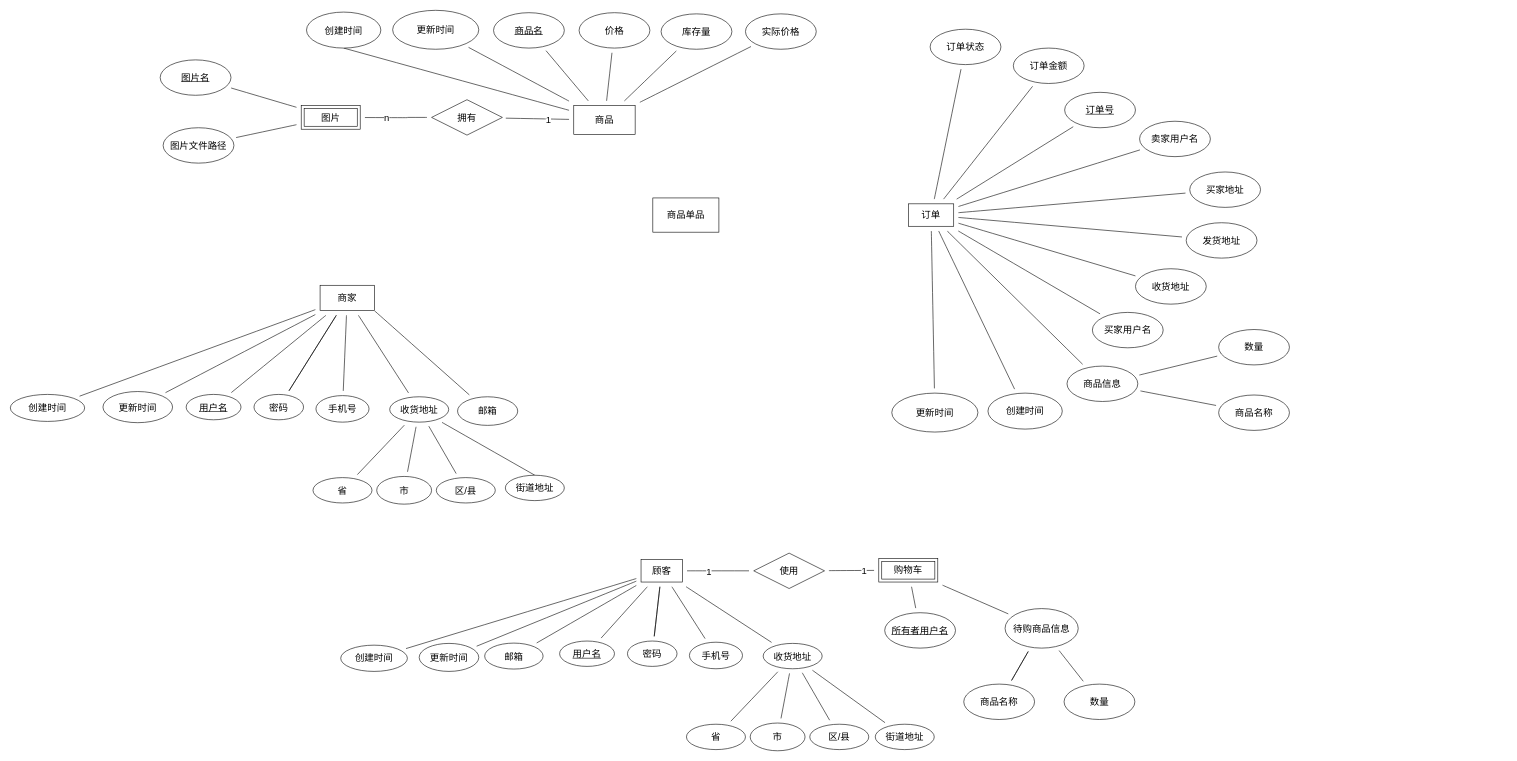
The draw.io diagram database-ER.drawio in guokaichina/database-ER, before the edit. Source tidied: cells renumbered, new cells numbered last; positions are measured from the earlier drawing's top-left corner, leaving out a move shared by most shapes. Both pictures are drawn from the tidied source at 59%, with x=0, y=0 at pixel (10, 10).
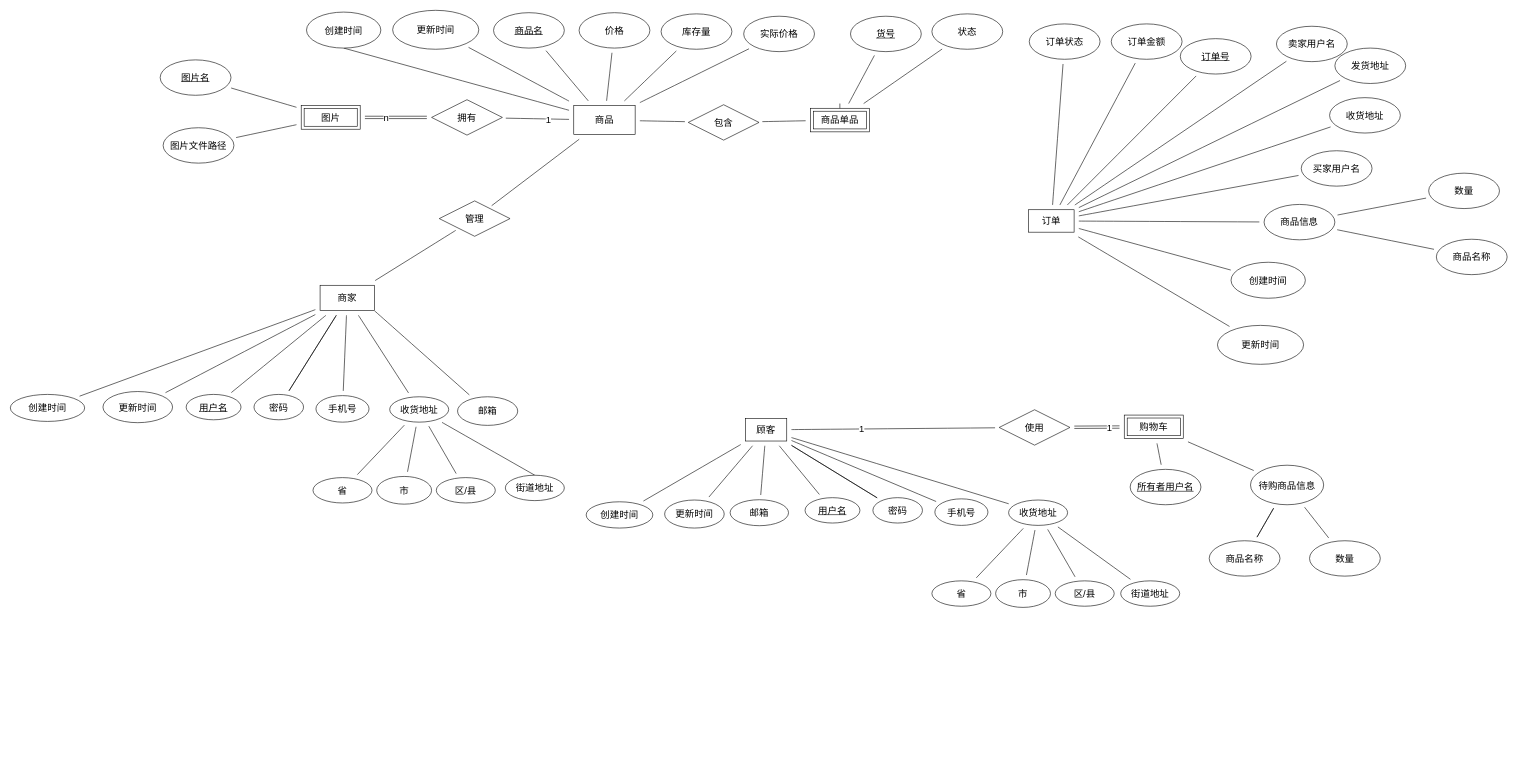
Above is the later version.

The change refers to these unchanged cells:
```xml
<mxCell id="38" value="商品" style="rounded=0;whiteSpace=wrap;html=1;fontSize=16;" parent="1" vertex="1">
  <mxGeometry x="955" y="161.5" width="104" height="49" as="geometry" />
</mxCell>
<mxCell id="65" value="商家" style="rounded=0;whiteSpace=wrap;html=1;fontSize=16;fillColor=#FFFFFF;" parent="1" vertex="1">
  <mxGeometry x="525" y="466" width="92" height="43" as="geometry" />
</mxCell>
<mxCell id="109" value="图片" style="shape=ext;margin=3;double=1;whiteSpace=wrap;html=1;align=center;fontSize=16;fillColor=#FFFFFF;" parent="1" vertex="1">
  <mxGeometry x="493" y="161.5" width="100" height="40" as="geometry" />
</mxCell>
<mxCell id="112" value="拥有" style="shape=rhombus;perimeter=rhombusPerimeter;whiteSpace=wrap;html=1;align=center;fontSize=16;fillColor=#FFFFFF;" parent="1" vertex="1">
  <mxGeometry x="714" y="151.5" width="120" height="60" as="geometry" />
</mxCell>
```

Change to the diagram source:
```diff
@@
     <mxCell id="11" value="&lt;font style=&quot;font-size: 16px;&quot;&gt;顾客&lt;/font&gt;" style="rounded=0;whiteSpace=wrap;html=1;" parent="1" vertex="1">
-      <mxGeometry x="1069" y="931" width="70" height="38" as="geometry" />
+      <mxGeometry x="1246" y="692" width="70" height="38" as="geometry" />
     </mxCell>
     <mxCell id="12" value="&lt;u&gt;用户名&lt;/u&gt;" style="ellipse;whiteSpace=wrap;html=1;fontSize=16;" parent="1" vertex="1">
-      <mxGeometry x="931" y="1069" width="93" height="43" as="geometry" />
+      <mxGeometry x="1347" y="826" width="93" height="43" as="geometry" />
     </mxCell>
     <mxCell id="13" value="密码" style="ellipse;whiteSpace=wrap;html=1;fontSize=16;" parent="1" vertex="1">
-      <mxGeometry x="1046" y="1069" width="84" height="43" as="geometry" />
+      <mxGeometry x="1462" y="826" width="84" height="43" as="geometry" />
     </mxCell>
@@
     <mxCell id="18" value="收货地址" style="ellipse;whiteSpace=wrap;html=1;fontSize=16;" parent="1" vertex="1">
-      <mxGeometry x="1276" y="1073" width="100" height="43" as="geometry" />
+      <mxGeometry x="1692" y="830" width="100" height="43" as="geometry" />
     </mxCell>
@@
     <mxCell id="20" value="省" style="ellipse;whiteSpace=wrap;html=1;fontSize=16;" parent="1" vertex="1">
-      <mxGeometry x="1146" y="1210" width="100" height="43" as="geometry" />
+      <mxGeometry x="1562" y="967" width="100" height="43" as="geometry" />
     </mxCell>
     <mxCell id="21" value="市" style="ellipse;whiteSpace=wrap;html=1;fontSize=16;" parent="1" vertex="1">
-      <mxGeometry x="1254" y="1208" width="93" height="47" as="geometry" />
+      <mxGeometry x="1670" y="965" width="93" height="47" as="geometry" />
     </mxCell>
     <mxCell id="22" value="区/县" style="ellipse;whiteSpace=wrap;html=1;fontSize=16;" parent="1" vertex="1">
-      <mxGeometry x="1355" y="1210" width="100" height="43" as="geometry" />
+      <mxGeometry x="1771" y="967" width="100" height="43" as="geometry" />
     </mxCell>
     <mxCell id="23" value="街道地址" style="ellipse;whiteSpace=wrap;html=1;fontSize=16;" parent="1" vertex="1">
-      <mxGeometry x="1466" y="1210" width="100" height="43" as="geometry" />
+      <mxGeometry x="1882" y="967" width="100" height="43" as="geometry" />
     </mxCell>
     <mxCell id="24" value="手机号" style="ellipse;whiteSpace=wrap;html=1;fontSize=16;" parent="1" vertex="1">
-      <mxGeometry x="1151" y="1071" width="90" height="45" as="geometry" />
+      <mxGeometry x="1567" y="828" width="90" height="45" as="geometry" />
     </mxCell>
@@
     <mxCell id="29" value="待购商品信息" style="ellipse;whiteSpace=wrap;html=1;fontSize=16;" parent="1" vertex="1">
-      <mxGeometry x="1686" y="1014" width="124" height="67" as="geometry" />
+      <mxGeometry x="2102" y="771" width="124" height="67" as="geometry" />
     </mxCell>
@@
+    <mxCell id="117" style="edgeStyle=none;curved=1;rounded=0;jettySize=auto;html=1;fontSize=16;endArrow=none;endFill=0;startSize=14;endSize=14;sourcePerimeterSpacing=8;targetPerimeterSpacing=8;" parent="1" edge="1" source="38" target="122">
+      <mxGeometry relative="1" as="geometry" />
+    </mxCell>
+    <mxCell id="118" style="edgeStyle=none;curved=1;rounded=0;jettySize=auto;html=1;fontSize=16;endArrow=none;endFill=0;sourcePerimeterSpacing=8;targetPerimeterSpacing=8;" parent="1" edge="1" source="38" target="127">
+      <mxGeometry relative="1" as="geometry" />
+    </mxCell>
@@
     <mxCell id="40" value="商品名称" style="ellipse;whiteSpace=wrap;html=1;fontSize=16;" parent="1" vertex="1">
-      <mxGeometry x="1616" y="1142" width="120" height="60" as="geometry" />
+      <mxGeometry x="2032" y="899" width="120" height="60" as="geometry" />
     </mxCell>
     <mxCell id="41" value="数量" style="ellipse;whiteSpace=wrap;html=1;fontSize=16;" parent="1" vertex="1">
-      <mxGeometry x="1786" y="1142" width="120" height="60" as="geometry" />
+      <mxGeometry x="2202" y="899" width="120" height="60" as="geometry" />
     </mxCell>
@@
     <mxCell id="45" value="购物车" style="shape=ext;margin=3;double=1;whiteSpace=wrap;html=1;align=center;fontSize=16;fillColor=#FFFFFF;" parent="1" vertex="1">
-      <mxGeometry x="1472" y="929" width="100" height="40" as="geometry" />
+      <mxGeometry x="1888" y="686" width="100" height="40" as="geometry" />
     </mxCell>
-    <mxCell id="46" style="edgeStyle=none;curved=1;rounded=0;jettySize=auto;html=1;fontSize=16;endArrow=none;endFill=0;startSize=14;endSize=14;sourcePerimeterSpacing=8;targetPerimeterSpacing=8;" parent="1" edge="1" source="48" target="45">
+    <mxCell id="46" style="edgeStyle=none;curved=1;rounded=0;jettySize=auto;html=1;fontSize=16;endArrow=none;endFill=0;sourcePerimeterSpacing=8;targetPerimeterSpacing=8;shape=link;" parent="1" edge="1" source="48" target="45">
       <mxGeometry relative="1" as="geometry" />
     </mxCell>
@@
     <mxCell id="48" value="使用" style="shape=rhombus;perimeter=rhombusPerimeter;whiteSpace=wrap;html=1;align=center;fontSize=16;fillColor=#FFFFFF;" parent="1" vertex="1">
-      <mxGeometry x="1260" y="920" width="120" height="60" as="geometry" />
+      <mxGeometry x="1676" y="677" width="120" height="60" as="geometry" />
     </mxCell>
@@
-    <mxCell id="53" style="edgeStyle=none;curved=1;rounded=0;jettySize=auto;html=1;fontSize=16;endArrow=none;endFill=0;startSize=14;endSize=14;sourcePerimeterSpacing=8;targetPerimeterSpacing=8;" parent="1" edge="1" source="60" target="87">
-      <mxGeometry relative="1" as="geometry" />
-    </mxCell>
@@
     <mxCell id="60" value="订单" style="rounded=0;whiteSpace=wrap;html=1;fontSize=16;fillColor=#FFFFFF;" parent="1" vertex="1">
-      <mxGeometry x="1522" y="328" width="77" height="38" as="geometry" />
+      <mxGeometry x="1726" y="338" width="77" height="38" as="geometry" />
     </mxCell>
     <mxCell id="61" value="&lt;u&gt;订单号&lt;/u&gt;" style="ellipse;whiteSpace=wrap;html=1;fontSize=16;fillColor=#FFFFFF;" parent="1" vertex="1">
-      <mxGeometry x="1787" y="139" width="120" height="60" as="geometry" />
+      <mxGeometry x="1983" y="48" width="120" height="60" as="geometry" />
     </mxCell>
@@
-    <mxCell id="83" value="商品单品" style="rounded=0;whiteSpace=wrap;html=1;fontSize=16;fillColor=#FFFFFF;" parent="1" vertex="1">
-      <mxGeometry x="1089" y="318" width="112" height="58" as="geometry" />
-    </mxCell>
+    <mxCell id="119" style="edgeStyle=none;curved=1;rounded=0;jettySize=auto;html=1;fontSize=16;endArrow=none;endFill=0;startSize=14;endSize=14;sourcePerimeterSpacing=8;targetPerimeterSpacing=8;" parent="1" edge="1" source="83" target="123">
+      <mxGeometry relative="1" as="geometry" />
+    </mxCell>
     <mxCell id="84" value="发货地址" style="ellipse;whiteSpace=wrap;html=1;fontSize=16;fillColor=#FFFFFF;" parent="1" vertex="1">
-      <mxGeometry x="1993" y="360" width="120" height="60" as="geometry" />
+      <mxGeometry x="2245" y="64" width="120" height="60" as="geometry" />
     </mxCell>
     <mxCell id="85" value="收货地址" style="ellipse;whiteSpace=wrap;html=1;fontSize=16;fillColor=#FFFFFF;" parent="1" vertex="1">
-      <mxGeometry x="1907" y="438" width="120" height="60" as="geometry" />
+      <mxGeometry x="2236" y="148" width="120" height="60" as="geometry" />
     </mxCell>
     <mxCell id="86" value="卖家用户名" style="ellipse;whiteSpace=wrap;html=1;fontSize=16;fillColor=#FFFFFF;" parent="1" vertex="1">
-      <mxGeometry x="1914" y="188" width="120" height="60" as="geometry" />
+      <mxGeometry x="2146" y="27" width="120" height="60" as="geometry" />
     </mxCell>
-    <mxCell id="87" value="买家地址" style="ellipse;whiteSpace=wrap;html=1;fontSize=16;fillColor=#FFFFFF;" parent="1" vertex="1">
-      <mxGeometry x="1999" y="274" width="120" height="60" as="geometry" />
-    </mxCell>
     <mxCell id="88" value="买家用户名" style="ellipse;whiteSpace=wrap;html=1;fontSize=16;fillColor=#FFFFFF;" parent="1" vertex="1">
-      <mxGeometry x="1834" y="512" width="120" height="60" as="geometry" />
+      <mxGeometry x="2188" y="238" width="120" height="60" as="geometry" />
     </mxCell>
     <mxCell id="89" value="商品信息" style="ellipse;whiteSpace=wrap;html=1;fontSize=16;fillColor=#FFFFFF;" parent="1" vertex="1">
-      <mxGeometry x="1791" y="603" width="120" height="60" as="geometry" />
+      <mxGeometry x="2125" y="329" width="120" height="60" as="geometry" />
     </mxCell>
@@
     <mxCell id="92" value="商品名称" style="ellipse;whiteSpace=wrap;html=1;fontSize=16;" parent="1" vertex="1">
-      <mxGeometry x="2048" y="652" width="120" height="60" as="geometry" />
+      <mxGeometry x="2417" y="388" width="120" height="60" as="geometry" />
     </mxCell>
     <mxCell id="93" value="数量" style="ellipse;whiteSpace=wrap;html=1;fontSize=16;" parent="1" vertex="1">
-      <mxGeometry x="2048" y="541" width="120" height="60" as="geometry" />
+      <mxGeometry x="2404" y="276" width="120" height="60" as="geometry" />
     </mxCell>
@@
     <mxCell id="95" value="邮箱" style="ellipse;whiteSpace=wrap;html=1;fontSize=16;fillColor=#FFFFFF;" parent="1" vertex="1">
-      <mxGeometry x="804" y="1072.5" width="99" height="44" as="geometry" />
+      <mxGeometry x="1220" y="829.5" width="99" height="44" as="geometry" />
     </mxCell>
     <mxCell id="96" value="订单金额" style="ellipse;whiteSpace=wrap;html=1;fontSize=16;fillColor=#FFFFFF;" parent="1" vertex="1">
-      <mxGeometry x="1700" y="64" width="120" height="60" as="geometry" />
+      <mxGeometry x="1866" y="23" width="120" height="60" as="geometry" />
     </mxCell>
     <mxCell id="97" value="订单状态" style="ellipse;whiteSpace=wrap;html=1;fontSize=16;fillColor=#FFFFFF;" parent="1" vertex="1">
-      <mxGeometry x="1559" y="32" width="120" height="60" as="geometry" />
+      <mxGeometry x="1727" y="23" width="120" height="60" as="geometry" />
     </mxCell>
@@
     <mxCell id="100" value="创建时间" style="ellipse;whiteSpace=wrap;html=1;fontSize=16;fillColor=#FFFFFF;" parent="1" vertex="1">
-      <mxGeometry x="560" y="1076" width="113" height="44.5" as="geometry" />
+      <mxGeometry x="976" y="833" width="113" height="44.5" as="geometry" />
     </mxCell>
     <mxCell id="101" value="更新时间" style="ellipse;whiteSpace=wrap;html=1;fontSize=16;fillColor=#FFFFFF;" parent="1" vertex="1">
-      <mxGeometry x="693" y="1073" width="101" height="47.5" as="geometry" />
+      <mxGeometry x="1109" y="830" width="101" height="47.5" as="geometry" />
     </mxCell>
     <mxCell id="102" value="创建时间" style="ellipse;whiteSpace=wrap;html=1;fontSize=16;fillColor=#FFFFFF;" parent="1" vertex="1">
-      <mxGeometry x="1657" y="648.8" width="126" height="61" as="geometry" />
+      <mxGeometry x="2069" y="427" width="126" height="61" as="geometry" />
     </mxCell>
     <mxCell id="103" value="更新时间" style="ellipse;whiteSpace=wrap;html=1;fontSize=16;fillColor=#FFFFFF;" parent="1" vertex="1">
-      <mxGeometry x="1494" y="648.8" width="146" height="66" as="geometry" />
+      <mxGeometry x="2046" y="534" width="146" height="66" as="geometry" />
     </mxCell>
@@
     <mxCell id="106" value="&lt;u&gt;所有者用户名&lt;/u&gt;" style="ellipse;whiteSpace=wrap;html=1;fontSize=16;fillColor=#FFFFFF;" parent="1" vertex="1">
-      <mxGeometry x="1482" y="1021" width="120" height="60" as="geometry" />
+      <mxGeometry x="1898" y="778" width="120" height="60" as="geometry" />
     </mxCell>
@@
-    <mxCell id="110" style="edgeStyle=none;curved=1;rounded=0;jettySize=auto;html=1;fontSize=16;endArrow=none;endFill=0;startSize=14;endSize=14;targetPerimeterSpacing=8;startArrow=none;" parent="1" edge="1" target="109">
-      <mxGeometry relative="1" as="geometry">
-        <mxPoint x="673" y="181.9" as="sourcePoint" />
-        <Array as="points">
-          <mxPoint x="676" y="182" />
-        </Array>
-      </mxGeometry>
-    </mxCell>
+    <mxCell id="120" style="edgeStyle=none;shape=link;curved=1;rounded=0;jettySize=auto;html=1;fontSize=16;endArrow=none;endFill=0;sourcePerimeterSpacing=8;targetPerimeterSpacing=8;" parent="1" edge="1" source="112" target="109">
+      <mxGeometry relative="1" as="geometry" />
+    </mxCell>
-    <mxCell id="111" value="n" style="edgeLabel;html=1;align=center;verticalAlign=middle;fontSize=16;" parent="110" vertex="1">
-      <mxGeometry x="0.38" y="2" relative="1" as="geometry">
-        <mxPoint x="13" y="-2" as="offset" />
-      </mxGeometry>
+    <mxCell id="111" value="n" style="edgeLabel;html=1;align=center;verticalAlign=middle;fontSize=16;" parent="120" vertex="1">
+      <mxGeometry x="0.34" relative="1" as="geometry" />
     </mxCell>
@@
-    <mxCell id="115" style="edgeStyle=none;curved=1;rounded=0;jettySize=auto;html=1;fontSize=16;endArrow=none;endFill=0;startSize=14;endSize=14;sourcePerimeterSpacing=8;" parent="1" edge="1" source="112">
-      <mxGeometry relative="1" as="geometry">
-        <mxPoint x="673" y="181.5" as="targetPoint" />
-      </mxGeometry>
-    </mxCell>
     <mxCell id="116" value="实际价格" style="ellipse;whiteSpace=wrap;html=1;fontSize=16;fillColor=#FFFFFF;" parent="1" vertex="1">
-      <mxGeometry x="1246" y="6" width="120" height="60" as="geometry" />
+      <mxGeometry x="1243" y="10" width="120" height="60" as="geometry" />
     </mxCell>
+    <mxCell id="121" style="edgeStyle=none;curved=1;rounded=0;jettySize=auto;html=1;fontSize=16;endArrow=none;endFill=0;startSize=14;endSize=14;sourcePerimeterSpacing=8;targetPerimeterSpacing=8;" parent="1" edge="1" source="122" target="83">
+      <mxGeometry relative="1" as="geometry" />
+    </mxCell>
+    <mxCell id="122" value="包含" style="shape=rhombus;perimeter=rhombusPerimeter;whiteSpace=wrap;html=1;align=center;fontSize=16;fillColor=#FFFFFF;" parent="1" vertex="1">
+      <mxGeometry x="1149" y="160" width="120" height="60" as="geometry" />
+    </mxCell>
+    <mxCell id="123" value="状态" style="ellipse;whiteSpace=wrap;html=1;fontSize=16;fillColor=#FFFFFF;" parent="1" vertex="1">
+      <mxGeometry x="1562" y="6" width="120" height="60" as="geometry" />
+    </mxCell>
+    <mxCell id="124" style="edgeStyle=none;curved=1;rounded=0;jettySize=auto;html=1;fontSize=16;endArrow=none;endFill=0;sourcePerimeterSpacing=8;targetPerimeterSpacing=8;" parent="1" edge="1" source="83" target="125">
+      <mxGeometry relative="1" as="geometry" />
+    </mxCell>
+    <mxCell id="83" value="商品单品" style="shape=ext;margin=3;double=1;whiteSpace=wrap;html=1;align=center;fontSize=16;fillColor=#FFFFFF;" parent="1" vertex="1">
+      <mxGeometry x="1356" y="166" width="100" height="40" as="geometry" />
+    </mxCell>
+    <mxCell id="125" value="&lt;u&gt;货号&lt;/u&gt;" style="ellipse;whiteSpace=wrap;html=1;fontSize=16;fillColor=#FFFFFF;" parent="1" vertex="1">
+      <mxGeometry x="1424" y="10" width="120" height="60" as="geometry" />
+    </mxCell>
+    <mxCell id="126" style="edgeStyle=none;curved=1;rounded=0;jettySize=auto;html=1;fontSize=16;endArrow=none;endFill=0;sourcePerimeterSpacing=8;targetPerimeterSpacing=8;" parent="1" edge="1" source="127" target="65">
+      <mxGeometry relative="1" as="geometry" />
+    </mxCell>
+    <mxCell id="127" value="管理" style="shape=rhombus;perimeter=rhombusPerimeter;whiteSpace=wrap;html=1;align=center;fontSize=16;fillColor=#FFFFFF;" parent="1" vertex="1">
+      <mxGeometry x="727" y="323" width="120" height="60" as="geometry" />
+    </mxCell>
+    <mxCell id="128" style="edgeStyle=none;curved=1;rounded=0;orthogonalLoop=1;jettySize=auto;html=1;exitX=0.5;exitY=0;exitDx=0;exitDy=0;fontSize=16;endArrow=none;endFill=0;sourcePerimeterSpacing=8;targetPerimeterSpacing=8;" parent="1" edge="1" source="83" target="83">
+      <mxGeometry relative="1" as="geometry" />
+    </mxCell>
```
